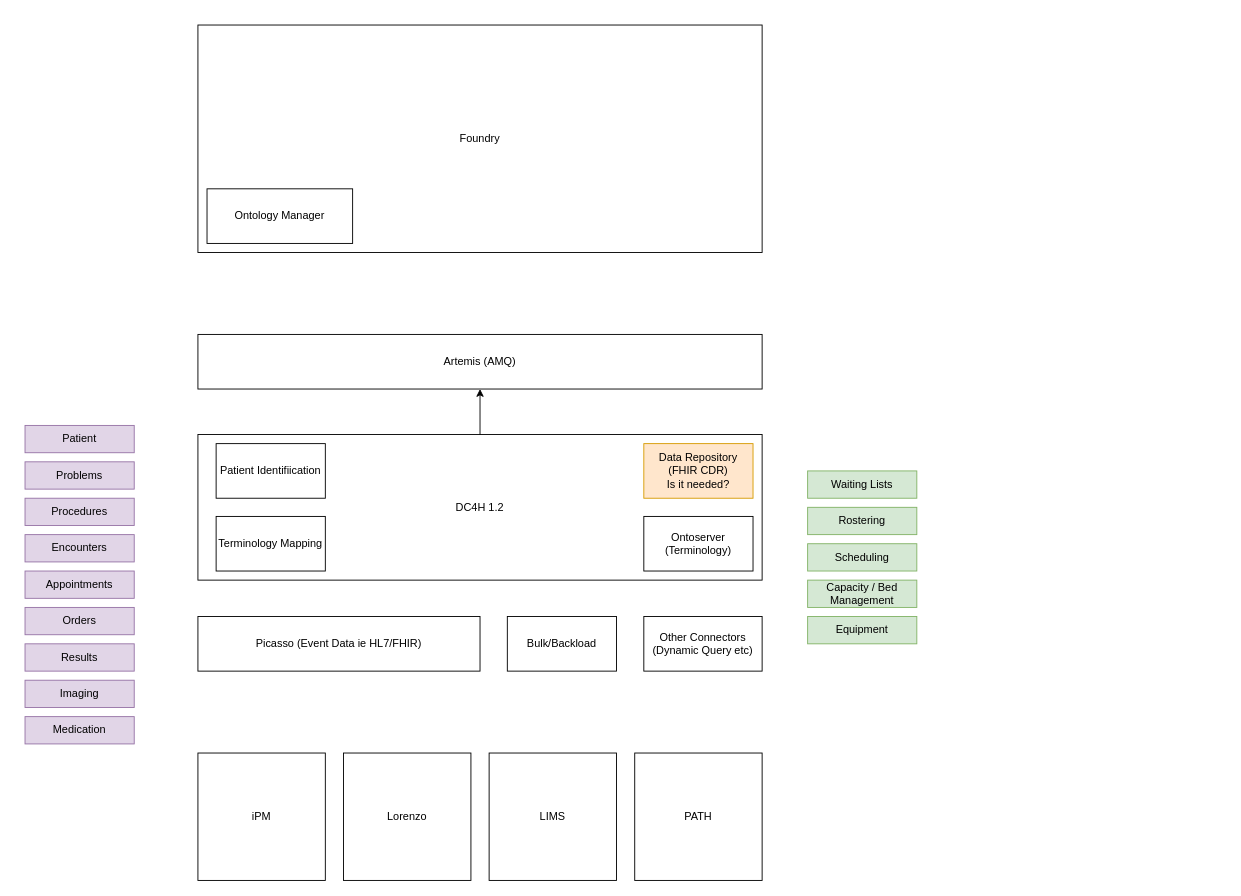
This is general/ord-modifier.drawio from mldedalus/diagrams, a draw.io file, before an edit. Source tidied: cells renumbered, new cells numbered last; positions are measured from the earlier drawing's top-left corner, leaving out a move shared by most shapes. Both pictures are drawn from the tidied source at 91%, with x=0, y=0 at pixel (25, 25).
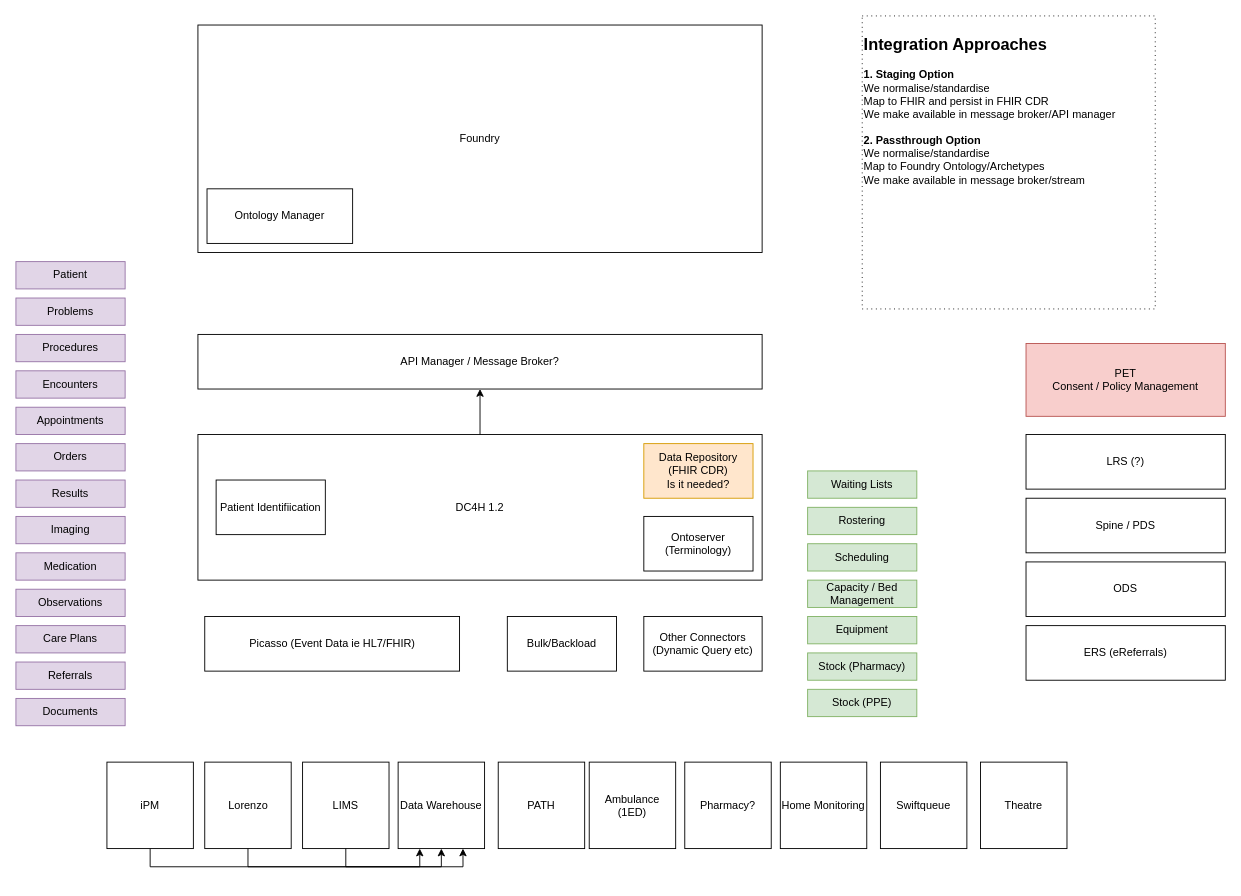
The same diagram, later.

Diff of the diagram source:
```diff
@@
+    <mxCell id="32" style="edgeStyle=orthogonalEdgeStyle;rounded=0;jettySize=auto;html=1;exitX=0.5;exitY=1;exitDx=0;exitDy=0;entryX=0.5;entryY=1;entryDx=0;entryDy=0;" parent="1" edge="1" source="2" target="50">
+      <mxGeometry relative="1" as="geometry" />
+    </mxCell>
     <mxCell id="2" value="iPM" style="whiteSpace=wrap;html=1;" parent="1" vertex="1">
-      <mxGeometry x="190" y="800" width="140" height="140" as="geometry" />
+      <mxGeometry x="90" y="810" width="95" height="95" as="geometry" />
     </mxCell>
     <mxCell id="3" value="Lorenzo" style="whiteSpace=wrap;html=1;" parent="1" vertex="1">
-      <mxGeometry x="350" y="800" width="140" height="140" as="geometry" />
+      <mxGeometry x="197.5" y="810" width="95" height="95" as="geometry" />
     </mxCell>
     <mxCell id="4" value="LIMS" style="whiteSpace=wrap;html=1;" parent="1" vertex="1">
-      <mxGeometry x="510" y="800" width="140" height="140" as="geometry" />
+      <mxGeometry x="305" y="810" width="95" height="95" as="geometry" />
     </mxCell>
     <mxCell id="5" value="PATH" style="whiteSpace=wrap;html=1;" parent="1" vertex="1">
-      <mxGeometry x="670" y="800" width="140" height="140" as="geometry" />
+      <mxGeometry x="520" y="810" width="95" height="95" as="geometry" />
     </mxCell>
     <mxCell id="6" value="Picasso (Event Data ie HL7/FHIR)" style="rounded=0;whiteSpace=wrap;html=1;" parent="1" vertex="1">
-      <mxGeometry x="190" y="650" width="310" height="60" as="geometry" />
+      <mxGeometry x="197.5" y="650" width="280" height="60" as="geometry" />
     </mxCell>
@@
-    <mxCell id="10" value="Terminology Mapping" style="rounded=0;whiteSpace=wrap;html=1;" parent="1" vertex="1">
-      <mxGeometry x="210" y="540" width="120" height="60" as="geometry" />
-    </mxCell>
     <mxCell id="11" value="Patient Identifiication" style="rounded=0;whiteSpace=wrap;html=1;" parent="1" vertex="1">
-      <mxGeometry x="210" y="460" width="120" height="60" as="geometry" />
+      <mxGeometry x="210" y="500" width="120" height="60" as="geometry" />
     </mxCell>
@@
-    <mxCell id="15" value="Artemis (AMQ)" style="rounded=0;whiteSpace=wrap;html=1;" parent="1" vertex="1">
+    <mxCell id="15" value="API Manager / Message Broker?" style="rounded=0;whiteSpace=wrap;html=1;" parent="1" vertex="1">
       <mxGeometry x="190" y="340" width="620" height="60" as="geometry" />
     </mxCell>
@@
     <mxCell id="23" value="Patient" style="rounded=0;whiteSpace=wrap;html=1;fillColor=#e1d5e7;strokeColor=#9673a6;" parent="1" vertex="1">
-      <mxGeometry y="440" width="120" height="30" as="geometry" />
+      <mxGeometry x="-10" y="260" width="120" height="30" as="geometry" />
     </mxCell>
     <mxCell id="24" value="Problems" style="rounded=0;whiteSpace=wrap;html=1;fillColor=#e1d5e7;strokeColor=#9673a6;" parent="1" vertex="1">
-      <mxGeometry y="480" width="120" height="30" as="geometry" />
+      <mxGeometry x="-10" y="300" width="120" height="30" as="geometry" />
     </mxCell>
     <mxCell id="25" value="Procedures" style="rounded=0;whiteSpace=wrap;html=1;fillColor=#e1d5e7;strokeColor=#9673a6;" parent="1" vertex="1">
-      <mxGeometry y="520" width="120" height="30" as="geometry" />
+      <mxGeometry x="-10" y="340" width="120" height="30" as="geometry" />
     </mxCell>
     <mxCell id="26" value="Encounters" style="rounded=0;whiteSpace=wrap;html=1;fillColor=#e1d5e7;strokeColor=#9673a6;" parent="1" vertex="1">
-      <mxGeometry y="560" width="120" height="30" as="geometry" />
+      <mxGeometry x="-10" y="380" width="120" height="30" as="geometry" />
     </mxCell>
     <mxCell id="27" value="Appointments" style="rounded=0;whiteSpace=wrap;html=1;fillColor=#e1d5e7;strokeColor=#9673a6;" parent="1" vertex="1">
-      <mxGeometry y="600" width="120" height="30" as="geometry" />
+      <mxGeometry x="-10" y="420" width="120" height="30" as="geometry" />
     </mxCell>
     <mxCell id="28" value="Orders" style="rounded=0;whiteSpace=wrap;html=1;fillColor=#e1d5e7;strokeColor=#9673a6;" parent="1" vertex="1">
-      <mxGeometry y="640" width="120" height="30" as="geometry" />
+      <mxGeometry x="-10" y="460" width="120" height="30" as="geometry" />
     </mxCell>
     <mxCell id="29" value="Results" style="rounded=0;whiteSpace=wrap;html=1;fillColor=#e1d5e7;strokeColor=#9673a6;" parent="1" vertex="1">
-      <mxGeometry y="680" width="120" height="30" as="geometry" />
+      <mxGeometry x="-10" y="500" width="120" height="30" as="geometry" />
     </mxCell>
     <mxCell id="30" value="Imaging" style="rounded=0;whiteSpace=wrap;html=1;fillColor=#e1d5e7;strokeColor=#9673a6;" parent="1" vertex="1">
-      <mxGeometry y="720" width="120" height="30" as="geometry" />
+      <mxGeometry x="-10" y="540" width="120" height="30" as="geometry" />
     </mxCell>
     <mxCell id="31" value="Medication" style="rounded=0;whiteSpace=wrap;html=1;fillColor=#e1d5e7;strokeColor=#9673a6;" parent="1" vertex="1">
-      <mxGeometry y="760" width="120" height="30" as="geometry" />
+      <mxGeometry x="-10" y="580" width="120" height="30" as="geometry" />
     </mxCell>
+    <mxCell id="33" value="Ambulance (1ED)" style="whiteSpace=wrap;html=1;" parent="1" vertex="1">
+      <mxGeometry x="620" y="810" width="95" height="95" as="geometry" />
+    </mxCell>
+    <mxCell id="34" value="Stock (Pharmacy)" style="rounded=0;whiteSpace=wrap;html=1;fillColor=#d5e8d4;strokeColor=#82b366;" parent="1" vertex="1">
+      <mxGeometry x="860" y="690" width="120" height="30" as="geometry" />
+    </mxCell>
+    <mxCell id="35" value="Stock (PPE)" style="rounded=0;whiteSpace=wrap;html=1;fillColor=#d5e8d4;strokeColor=#82b366;" parent="1" vertex="1">
+      <mxGeometry x="860" y="730" width="120" height="30" as="geometry" />
+    </mxCell>
+    <mxCell id="36" value="Pharmacy?" style="whiteSpace=wrap;html=1;" parent="1" vertex="1">
+      <mxGeometry x="725" y="810" width="95" height="95" as="geometry" />
+    </mxCell>
+    <mxCell id="37" value="Observations" style="rounded=0;whiteSpace=wrap;html=1;fillColor=#e1d5e7;strokeColor=#9673a6;" parent="1" vertex="1">
+      <mxGeometry x="-10" y="620" width="120" height="30" as="geometry" />
+    </mxCell>
+    <mxCell id="38" value="Care Plans" style="rounded=0;whiteSpace=wrap;html=1;fillColor=#e1d5e7;strokeColor=#9673a6;" parent="1" vertex="1">
+      <mxGeometry x="-10" y="660" width="120" height="30" as="geometry" />
+    </mxCell>
+    <mxCell id="39" value="Home Monitoring" style="whiteSpace=wrap;html=1;" parent="1" vertex="1">
+      <mxGeometry x="830" y="810" width="95" height="95" as="geometry" />
+    </mxCell>
+    <mxCell id="40" value="Swiftqueue" style="whiteSpace=wrap;html=1;" parent="1" vertex="1">
+      <mxGeometry x="940" y="810" width="95" height="95" as="geometry" />
+    </mxCell>
+    <mxCell id="41" value="Theatre" style="whiteSpace=wrap;html=1;" parent="1" vertex="1">
+      <mxGeometry x="1050" y="810" width="95" height="95" as="geometry" />
+    </mxCell>
+    <mxCell id="42" value="Spine / PDS" style="rounded=0;whiteSpace=wrap;html=1;" parent="1" vertex="1">
+      <mxGeometry x="1100" y="520" width="219" height="60" as="geometry" />
+    </mxCell>
+    <mxCell id="43" value="PET&lt;br&gt;Consent / Policy Management" style="rounded=0;whiteSpace=wrap;html=1;fillColor=#f8cecc;strokeColor=#b85450;" parent="1" vertex="1">
+      <mxGeometry x="1100" y="350" width="219" height="80" as="geometry" />
+    </mxCell>
+    <mxCell id="44" value="LRS (?)" style="rounded=0;whiteSpace=wrap;html=1;" parent="1" vertex="1">
+      <mxGeometry x="1100" y="450" width="219" height="60" as="geometry" />
+    </mxCell>
+    <mxCell id="45" value="ODS" style="rounded=0;whiteSpace=wrap;html=1;" parent="1" vertex="1">
+      <mxGeometry x="1100" y="590" width="219" height="60" as="geometry" />
+    </mxCell>
+    <mxCell id="46" value="ERS (eReferrals)" style="rounded=0;whiteSpace=wrap;html=1;" parent="1" vertex="1">
+      <mxGeometry x="1100" y="660" width="219" height="60" as="geometry" />
+    </mxCell>
+    <mxCell id="47" value="Referrals" style="rounded=0;whiteSpace=wrap;html=1;fillColor=#e1d5e7;strokeColor=#9673a6;" parent="1" vertex="1">
+      <mxGeometry x="-10" y="700" width="120" height="30" as="geometry" />
+    </mxCell>
+    <mxCell id="48" value="Documents" style="rounded=0;whiteSpace=wrap;html=1;fillColor=#e1d5e7;strokeColor=#9673a6;" parent="1" vertex="1">
+      <mxGeometry x="-10" y="740" width="120" height="30" as="geometry" />
+    </mxCell>
+    <mxCell id="49" value="&lt;h2 style=&quot;&quot;&gt;&lt;span style=&quot;background-color: initial;&quot;&gt;&lt;b&gt;Integration Approaches&lt;/b&gt;&lt;/span&gt;&lt;/h2&gt;&lt;b&gt;1. Staging Option&lt;/b&gt;&lt;br&gt;We normalise/standardise&lt;br&gt;Map to FHIR and persist in FHIR CDR&lt;br&gt;We make available in message broker/API manager&lt;br&gt;&lt;br&gt;&lt;b style=&quot;border-color: var(--border-color);&quot;&gt;2. Passthrough Option&lt;/b&gt;&lt;br style=&quot;border-color: var(--border-color);&quot;&gt;We normalise/standardise&lt;br style=&quot;border-color: var(--border-color);&quot;&gt;Map to Foundry Ontology/Archetypes&lt;br style=&quot;border-color: var(--border-color);&quot;&gt;We make available in message broker/stream" style="whiteSpace=wrap;html=1;align=left;dashed=1;dashPattern=1 4;verticalAlign=top;" parent="1" vertex="1">
+      <mxGeometry x="920" y="-10" width="322" height="322" as="geometry" />
+    </mxCell>
+    <mxCell id="50" value="Data Warehouse" style="whiteSpace=wrap;html=1;" parent="1" vertex="1">
+      <mxGeometry x="410" y="810" width="95" height="95" as="geometry" />
+    </mxCell>
+    <mxCell id="51" style="edgeStyle=orthogonalEdgeStyle;rounded=0;jettySize=auto;html=1;exitX=0.5;exitY=1;exitDx=0;exitDy=0;entryX=0.75;entryY=1;entryDx=0;entryDy=0;" parent="1" edge="1" source="3" target="50">
+      <mxGeometry relative="1" as="geometry" />
+    </mxCell>
+    <mxCell id="52" style="edgeStyle=orthogonalEdgeStyle;rounded=0;jettySize=auto;html=1;exitX=0.5;exitY=1;exitDx=0;exitDy=0;entryX=0.25;entryY=1;entryDx=0;entryDy=0;" parent="1" edge="1" source="4" target="50">
+      <mxGeometry relative="1" as="geometry" />
+    </mxCell>
```
